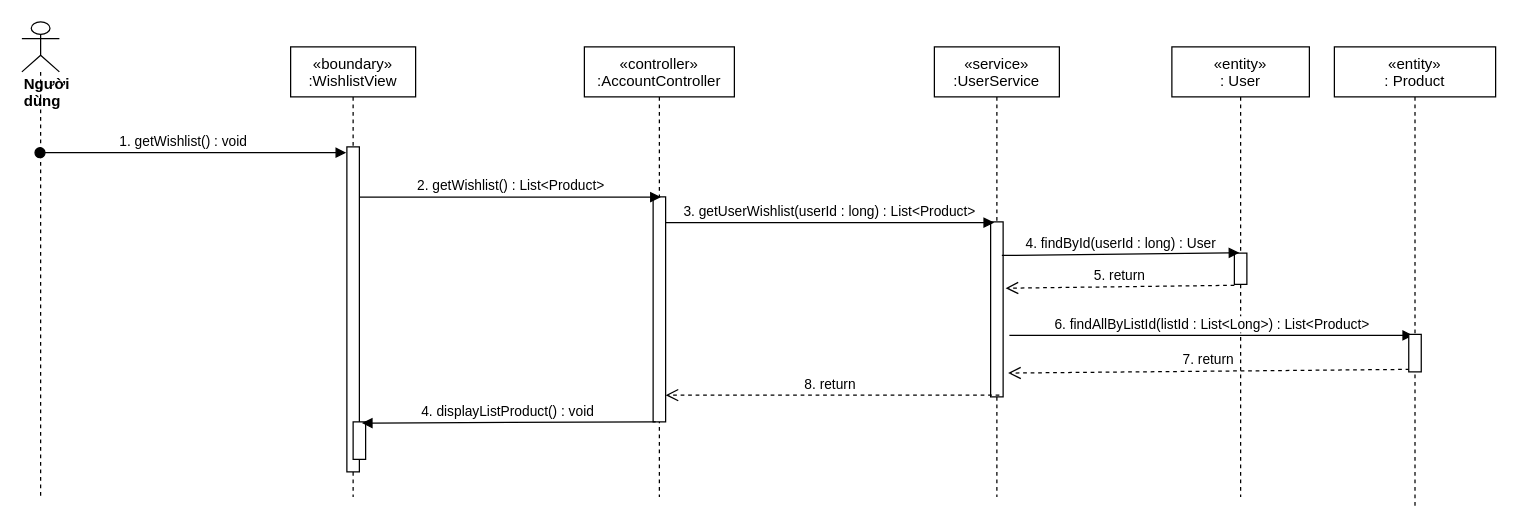
Before: sequence diagram/get-wishlist-sequence-diagram.drawio in nguyenphamvan/datn_20202, a draw.io diagram. Source tidied: cells renumbered, new cells numbered last; positions are measured from the earlier drawing's top-left corner, leaving out a move shared by most shapes. Both pictures are drawn from the tidied source at 125%, with x=0, y=0 at pixel (21, 21).
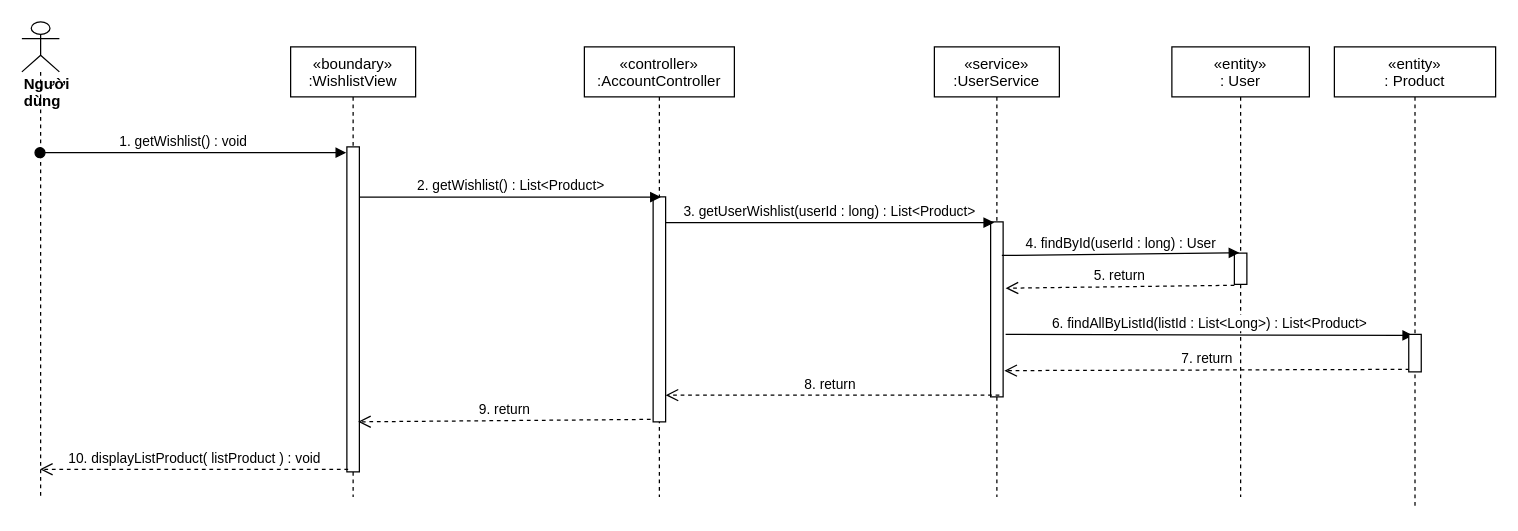
The same page after the edit.

The change refers to these unchanged cells:
```xml
<mxCell id="2" value="«boundary»&#10;:WishlistView" style="shape=umlLifeline;perimeter=lifelinePerimeter;rounded=0;shadow=0;strokeWidth=1;" parent="1" vertex="1">
  <mxGeometry x="215" y="20" width="100" height="360" as="geometry" />
</mxCell>
<mxCell id="3" style="points=[];perimeter=orthogonalPerimeter;rounded=0;shadow=0;strokeWidth=1;" parent="2" vertex="1">
  <mxGeometry x="45" y="80" width="10" height="260" as="geometry" />
</mxCell>
<mxCell id="6" style="points=[];perimeter=orthogonalPerimeter;rounded=0;shadow=0;strokeWidth=1;" parent="5" vertex="1">
  <mxGeometry x="55" y="120" width="10" height="180" as="geometry" />
</mxCell>
<mxCell id="7" value="&lt;div&gt;&lt;b&gt;Người dùng&lt;/b&gt;&lt;/div&gt;" style="shape=umlLifeline;participant=umlActor;perimeter=lifelinePerimeter;whiteSpace=wrap;html=1;verticalAlign=top;spacingTop=36;outlineConnect=0;align=left;" parent="1" vertex="1">
  <mxGeometry width="30" height="380" as="geometry" />
</mxCell>
<mxCell id="10" style="points=[];perimeter=orthogonalPerimeter;rounded=0;shadow=0;strokeWidth=1;" parent="9" vertex="1">
  <mxGeometry x="45" y="140" width="10" height="140" as="geometry" />
</mxCell>
<mxCell id="22" style="points=[];perimeter=orthogonalPerimeter;rounded=0;shadow=0;strokeWidth=1;" parent="21" vertex="1">
  <mxGeometry x="59.5" y="230" width="10" height="30" as="geometry" />
</mxCell>
```

The edit, as a diff of the source:
```diff
@@
-    <mxCell id="4" style="html=1;points=[];perimeter=orthogonalPerimeter;" parent="2" vertex="1">
-      <mxGeometry x="50" y="300" width="10" height="30" as="geometry" />
-    </mxCell>
@@
-    <mxCell id="14" value="4. displayListProduct() : void" style="verticalAlign=bottom;endArrow=block;shadow=0;strokeWidth=1;entryX=0.7;entryY=0.033;entryDx=0;entryDy=0;entryPerimeter=0;exitX=0.2;exitY=1;exitDx=0;exitDy=0;exitPerimeter=0;" parent="1" edge="1" source="6" target="4">
-      <mxGeometry relative="1" as="geometry" />
-    </mxCell>
@@
-    <mxCell id="17" value="6. findAllByListId(listId : List&amp;lt;Long&amp;gt;) : List&amp;lt;Product&amp;gt;" style="html=1;verticalAlign=bottom;endArrow=block;entryX=0.35;entryY=0.027;entryDx=0;entryDy=0;entryPerimeter=0;exitX=1.5;exitY=0.649;exitDx=0;exitDy=0;exitPerimeter=0;" parent="1" edge="1" source="10" target="22">
+    <mxCell id="17" value="6. findAllByListId(listId : List&amp;lt;Long&amp;gt;) : List&amp;lt;Product&amp;gt;" style="html=1;verticalAlign=bottom;endArrow=block;entryX=0.35;entryY=0.027;entryDx=0;entryDy=0;entryPerimeter=0;exitX=1.2;exitY=0.643;exitDx=0;exitDy=0;exitPerimeter=0;" parent="1" edge="1" source="10" target="22">
       <mxGeometry relative="1" as="geometry" />
     </mxCell>
-    <mxCell id="18" value="7. return" style="html=1;verticalAlign=bottom;endArrow=open;dashed=1;endSize=8;entryX=1.4;entryY=0.864;entryDx=0;entryDy=0;entryPerimeter=0;exitX=0.05;exitY=0.933;exitDx=0;exitDy=0;exitPerimeter=0;" parent="1" edge="1" source="22" target="10">
+    <mxCell id="18" value="7. return" style="html=1;verticalAlign=bottom;endArrow=open;dashed=1;endSize=8;exitX=0.05;exitY=0.933;exitDx=0;exitDy=0;exitPerimeter=0;entryX=1.1;entryY=0.85;entryDx=0;entryDy=0;entryPerimeter=0;" parent="1" edge="1" source="22" target="10">
       <mxGeometry relative="1" as="geometry" />
     </mxCell>
@@
+    <mxCell id="23" value="9. return" style="html=1;verticalAlign=bottom;endArrow=open;dashed=1;endSize=8;exitX=-0.2;exitY=0.989;exitDx=0;exitDy=0;exitPerimeter=0;entryX=0.9;entryY=0.846;entryDx=0;entryDy=0;entryPerimeter=0;" parent="1" edge="1" source="6" target="3">
+      <mxGeometry relative="1" as="geometry" />
+    </mxCell>
+    <mxCell id="24" value="&lt;span style=&quot;color: rgb(0 , 0 , 0) ; font-family: &amp;#34;helvetica&amp;#34; ; font-size: 11px ; font-style: normal ; font-weight: 400 ; letter-spacing: normal ; text-align: center ; text-indent: 0px ; text-transform: none ; word-spacing: 0px ; background-color: rgb(255 , 255 , 255) ; display: inline ; float: none&quot;&gt;10. displayListProduct( listProduct ) : void&lt;/span&gt;" style="html=1;verticalAlign=bottom;endArrow=open;dashed=1;endSize=8;exitX=0.1;exitY=0.992;exitDx=0;exitDy=0;exitPerimeter=0;" parent="1" edge="1" source="3" target="7">
+      <mxGeometry relative="1" as="geometry" />
+    </mxCell>
```
